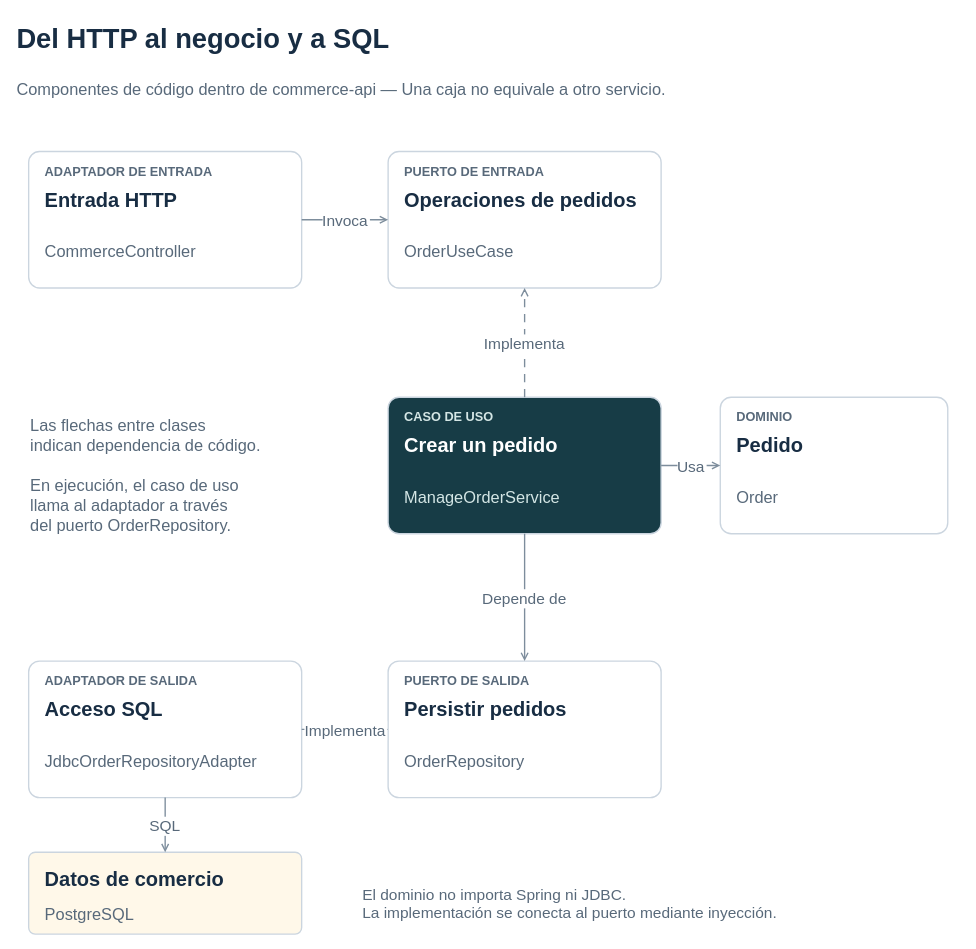
Before: page "Del HTTP al negocio y a SQL" (5 of 13) of docs/diagrams/architecture.drawio in victormartingil/software-architecture, a draw.io diagram. Source tidied: cells renumbered, new cells numbered last; positions are measured from the earlier drawing's top-left corner, leaving out a move shared by most shapes. Both pictures are drawn from the tidied source at 91%, with x=0, y=0 at pixel (15, 15).
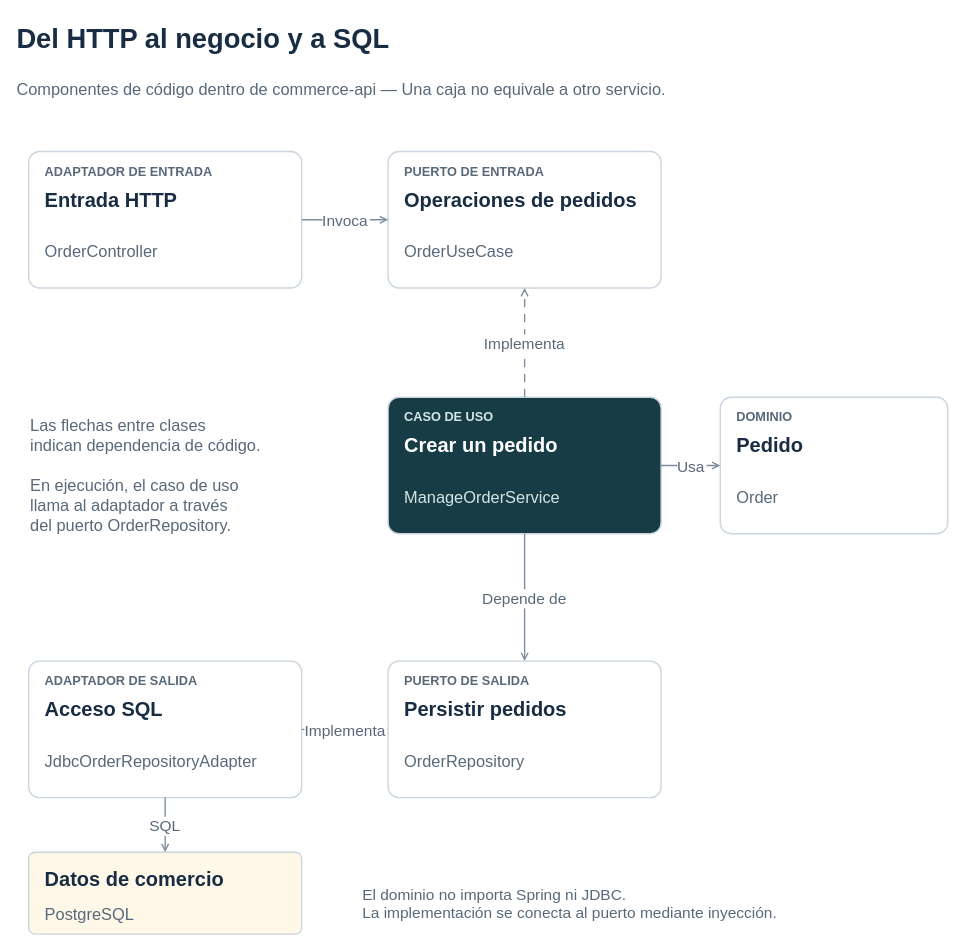
The same diagram, later.

Unchanged cells that the change refers to:
```xml
<mxCell id="4" style="group;fillColor=none;strokeColor=none;" parent="1" vertex="1">
  <mxGeometry x="15" y="150" width="300" height="150" as="geometry" />
</mxCell>
```

What changed in the source:
```diff
@@
-    <mxCell id="8" value="CommerceController" style="text;html=0;fillColor=none;strokeColor=none;fontFamily=Arial;fontSize=18;fontColor=#58697A;fontStyle=0;align=left;verticalAlign=middle;" parent="4" vertex="1">
+    <mxCell id="8" value="OrderController" style="text;html=0;fillColor=none;strokeColor=none;fontFamily=Arial;fontSize=18;fontColor=#58697A;fontStyle=0;align=left;verticalAlign=middle;" parent="4" vertex="1">
       <mxGeometry x="16" y="76" width="268" height="65" as="geometry" />
     </mxCell>
```
